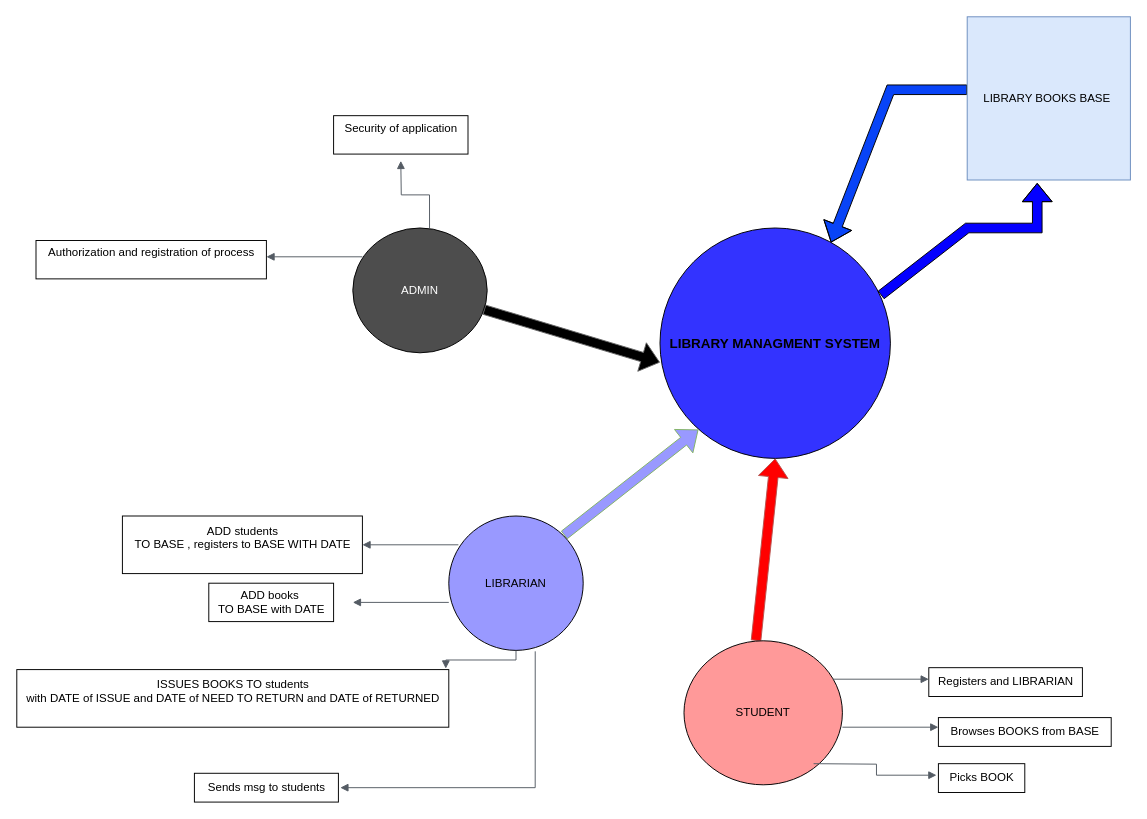
Before: Untitled Diagram.drawio in Sofre/Library-Management-System-, a draw.io diagram. Source tidied: cells renumbered, new cells numbered last; positions are measured from the earlier drawing's top-left corner, leaving out a move shared by most shapes. Both pictures are drawn from the tidied source at 96%, with x=0, y=0 at pixel (16, 16).
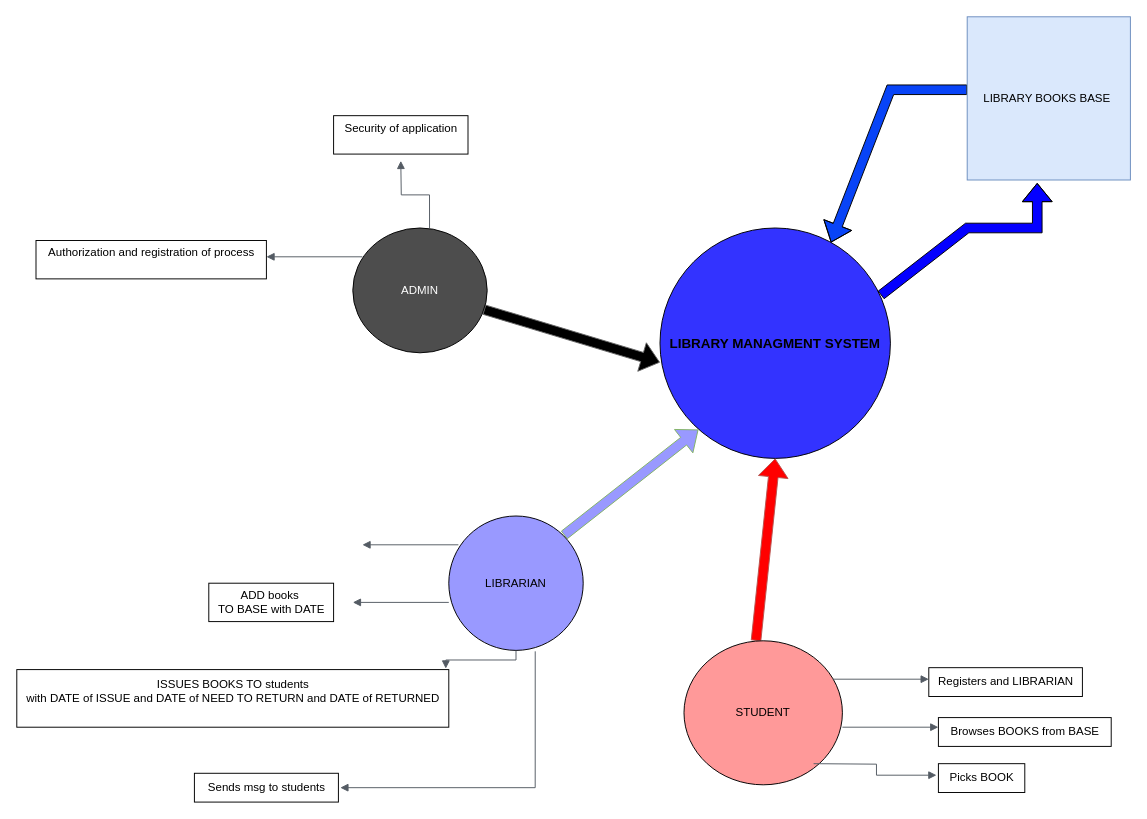
The same diagram, later.

What changed in the source:
```diff
@@
-    <mxCell id="17" value="ADD students&lt;div&gt;TO BASE , registers to BASE WITH DATE&lt;/div&gt;&lt;div&gt;&lt;br&gt;&lt;/div&gt;" style="text;html=1;align=center;verticalAlign=middle;strokeColor=default;fillColor=none;" parent="1" vertex="1">
-      <mxGeometry x="110" y="520" width="250" height="60" as="geometry" />
-    </mxCell>
```
